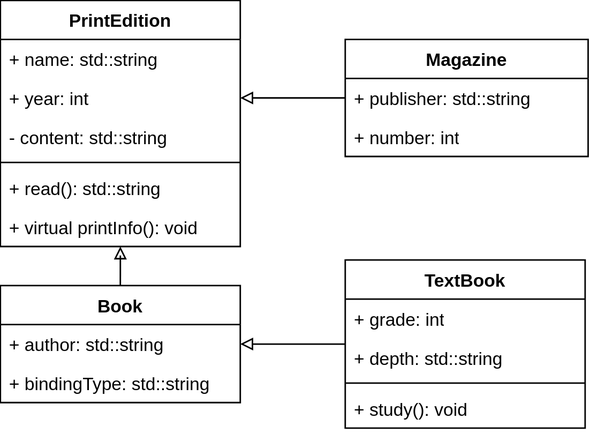
Earlier version of the draw.io export lab2/cd.svg (AlexOS12/tkpo_2024). Source tidied: cells renumbered, new cells last; positions are measured from the earlier drawing's top-left corner, leaving out a move shared by most shapes. The source it was exported from:
```xml
<mxGraphModel>
  <root>
    <mxCell id="0" />
    <mxCell id="1" parent="0" />
    <mxCell id="2" style="edgeStyle=orthogonalEdgeStyle;rounded=0;jettySize=auto;html=1;entryX=0.5;entryY=0;entryDx=0;entryDy=0;endArrow=none;endFill=0;startArrow=block;startFill=0;" parent="1" edge="1" source="3" target="10">
      <mxGeometry relative="1" as="geometry" />
    </mxCell>
    <mxCell id="3" value="PrintEdition" style="swimlane;fontStyle=1;align=center;verticalAlign=top;horizontal=1;startSize=26;whiteSpace=wrap;html=1;" parent="1" vertex="1">
      <mxGeometry width="160" height="164" as="geometry" />
    </mxCell>
    <mxCell id="4" value="+ name: std::string" style="text;strokeColor=none;fillColor=none;align=left;verticalAlign=top;spacingLeft=4;spacingRight=4;overflow=hidden;whiteSpace=wrap;html=1;" parent="3" vertex="1">
      <mxGeometry y="26" width="160" height="26" as="geometry" />
    </mxCell>
    <mxCell id="5" value="+ year: int" style="text;strokeColor=none;fillColor=none;align=left;verticalAlign=top;spacingLeft=4;spacingRight=4;overflow=hidden;points=[[0,0.5],[1,0.5]];portConstraint=eastwest;whiteSpace=wrap;html=1;" parent="3" vertex="1">
      <mxGeometry y="52" width="160" height="26" as="geometry" />
    </mxCell>
    <mxCell id="6" value="- content: std::string" style="text;strokeColor=none;fillColor=none;align=left;verticalAlign=top;spacingLeft=4;spacingRight=4;overflow=hidden;whiteSpace=wrap;html=1;" parent="3" vertex="1">
      <mxGeometry y="78" width="160" height="26" as="geometry" />
    </mxCell>
    <mxCell id="7" style="line;strokeWidth=1;fillColor=none;align=left;verticalAlign=middle;spacingTop=-1;spacingLeft=3;spacingRight=3;labelPosition=right;strokeColor=inherit;" parent="3" vertex="1">
      <mxGeometry y="104" width="160" height="8" as="geometry" />
    </mxCell>
    <mxCell id="8" value="+ read(): std::string" style="text;strokeColor=none;fillColor=none;align=left;verticalAlign=top;spacingLeft=4;spacingRight=4;overflow=hidden;whiteSpace=wrap;html=1;" parent="3" vertex="1">
      <mxGeometry y="112" width="160" height="26" as="geometry" />
    </mxCell>
    <mxCell id="9" value="+ virtual printInfo(): void" style="text;strokeColor=none;fillColor=none;align=left;verticalAlign=top;spacingLeft=4;spacingRight=4;overflow=hidden;whiteSpace=wrap;html=1;" parent="3" vertex="1">
      <mxGeometry y="138" width="160" height="26" as="geometry" />
    </mxCell>
    <mxCell id="10" value="Book" style="swimlane;fontStyle=1;align=center;verticalAlign=top;horizontal=1;startSize=26;whiteSpace=wrap;html=1;" parent="1" vertex="1">
      <mxGeometry y="190" width="160" height="78" as="geometry" />
    </mxCell>
    <mxCell id="11" value="+ author: std::string" style="text;strokeColor=none;fillColor=none;align=left;verticalAlign=top;spacingLeft=4;spacingRight=4;overflow=hidden;whiteSpace=wrap;html=1;" parent="10" vertex="1">
      <mxGeometry y="26" width="160" height="26" as="geometry" />
    </mxCell>
    <mxCell id="12" value="+ bindingType: std::string" style="text;strokeColor=none;fillColor=none;align=left;verticalAlign=top;spacingLeft=4;spacingRight=4;overflow=hidden;whiteSpace=wrap;html=1;" parent="10" vertex="1">
      <mxGeometry y="52" width="160" height="26" as="geometry" />
    </mxCell>
    <mxCell id="13" value="Magazine" style="swimlane;fontStyle=1;align=center;verticalAlign=top;horizontal=1;startSize=26;whiteSpace=wrap;html=1;" parent="1" vertex="1">
      <mxGeometry x="230" y="26" width="162" height="78" as="geometry" />
    </mxCell>
    <mxCell id="14" value="+ publisher: std::string" style="text;strokeColor=none;fillColor=none;align=left;verticalAlign=top;spacingLeft=4;spacingRight=4;overflow=hidden;points=[[0,0.5],[1,0.5]];portConstraint=eastwest;whiteSpace=wrap;html=1;" parent="13" vertex="1">
      <mxGeometry y="26" width="162" height="26" as="geometry" />
    </mxCell>
    <mxCell id="15" value="+ number: int" style="text;strokeColor=none;fillColor=none;align=left;verticalAlign=top;spacingLeft=4;spacingRight=4;overflow=hidden;whiteSpace=wrap;html=1;" parent="13" vertex="1">
      <mxGeometry y="52" width="162" height="26" as="geometry" />
    </mxCell>
    <mxCell id="16" style="edgeStyle=orthogonalEdgeStyle;rounded=0;jettySize=auto;html=1;entryX=1;entryY=0.5;entryDx=0;entryDy=0;endArrow=block;endFill=0;" parent="1" edge="1" source="14" target="5">
      <mxGeometry relative="1" as="geometry" />
    </mxCell>
    <mxCell id="17" style="edgeStyle=orthogonalEdgeStyle;rounded=0;jettySize=auto;html=1;endArrow=block;endFill=0;" parent="1" edge="1" source="18" target="10">
      <mxGeometry relative="1" as="geometry" />
    </mxCell>
    <mxCell id="18" value="TextBook" style="swimlane;fontStyle=1;align=center;verticalAlign=top;horizontal=1;startSize=26;whiteSpace=wrap;html=1;" parent="1" vertex="1">
      <mxGeometry x="230" y="173" width="160" height="112" as="geometry" />
    </mxCell>
    <mxCell id="19" value="+ grade: int" style="text;strokeColor=none;fillColor=none;align=left;verticalAlign=top;spacingLeft=4;spacingRight=4;overflow=hidden;whiteSpace=wrap;html=1;" parent="18" vertex="1">
      <mxGeometry y="26" width="160" height="26" as="geometry" />
    </mxCell>
    <mxCell id="20" value="+ depth: std::string" style="text;strokeColor=none;fillColor=none;align=left;verticalAlign=top;spacingLeft=4;spacingRight=4;overflow=hidden;whiteSpace=wrap;html=1;" parent="18" vertex="1">
      <mxGeometry y="52" width="160" height="26" as="geometry" />
    </mxCell>
    <mxCell id="21" style="line;strokeWidth=1;fillColor=none;align=left;verticalAlign=middle;spacingTop=-1;spacingLeft=3;spacingRight=3;labelPosition=right;strokeColor=inherit;" parent="18" vertex="1">
      <mxGeometry y="78" width="160" height="8" as="geometry" />
    </mxCell>
    <mxCell id="22" value="+ study(): void" style="text;strokeColor=none;fillColor=none;align=left;verticalAlign=top;spacingLeft=4;spacingRight=4;overflow=hidden;whiteSpace=wrap;html=1;" parent="18" vertex="1">
      <mxGeometry y="86" width="160" height="26" as="geometry" />
    </mxCell>
  </root>
</mxGraphModel>
```
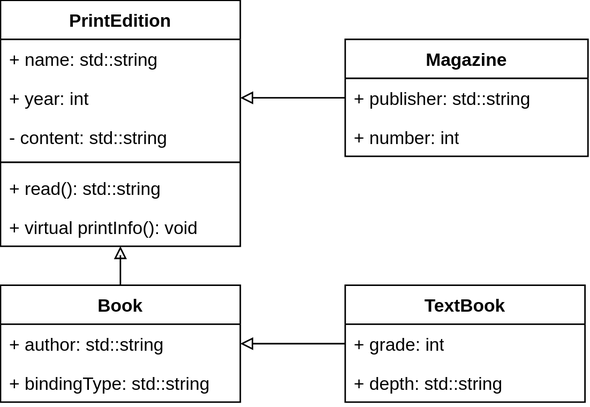
The same diagram one commit later.

Diff of the diagram source:
```diff
@@ -51,7 +51,7 @@
       <mxGeometry relative="1" as="geometry" />
     </mxCell>
     <mxCell id="18" value="TextBook" style="swimlane;fontStyle=1;align=center;verticalAlign=top;horizontal=1;startSize=26;whiteSpace=wrap;html=1;" parent="1" vertex="1">
-      <mxGeometry x="230" y="173" width="160" height="112" as="geometry" />
+      <mxGeometry x="230" y="190" width="160" height="78" as="geometry" />
     </mxCell>
     <mxCell id="19" value="+ grade: int" style="text;strokeColor=none;fillColor=none;align=left;verticalAlign=top;spacingLeft=4;spacingRight=4;overflow=hidden;whiteSpace=wrap;html=1;" parent="18" vertex="1">
       <mxGeometry y="26" width="160" height="26" as="geometry" />
@@ -59,11 +59,5 @@
     <mxCell id="20" value="+ depth: std::string" style="text;strokeColor=none;fillColor=none;align=left;verticalAlign=top;spacingLeft=4;spacingRight=4;overflow=hidden;whiteSpace=wrap;html=1;" parent="18" vertex="1">
       <mxGeometry y="52" width="160" height="26" as="geometry" />
     </mxCell>
-    <mxCell id="21" style="line;strokeWidth=1;fillColor=none;align=left;verticalAlign=middle;spacingTop=-1;spacingLeft=3;spacingRight=3;labelPosition=right;strokeColor=inherit;" parent="18" vertex="1">
-      <mxGeometry y="78" width="160" height="8" as="geometry" />
-    </mxCell>
-    <mxCell id="22" value="+ study(): void" style="text;strokeColor=none;fillColor=none;align=left;verticalAlign=top;spacingLeft=4;spacingRight=4;overflow=hidden;whiteSpace=wrap;html=1;" parent="18" vertex="1">
-      <mxGeometry y="86" width="160" height="26" as="geometry" />
-    </mxCell>
   </root>
 </mxGraphModel>
```
